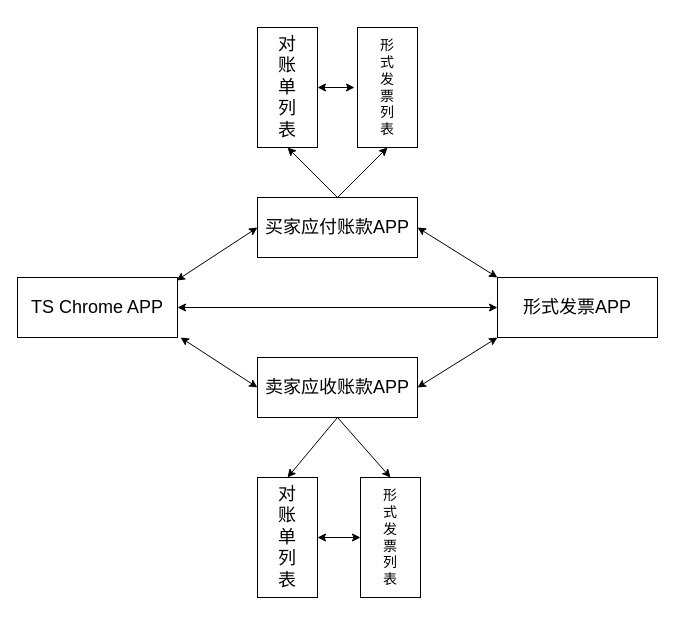
Earlier version of the draw.io diagram io.drawio (Robbie-Han/graduation-thesis). Source tidied: cells renumbered, new cells numbered last; positions are measured from the earlier drawing's top-left corner, leaving out a move shared by most shapes. Both pictures are drawn from the tidied source at 100%, with x=0, y=0 at pixel (17, 27).
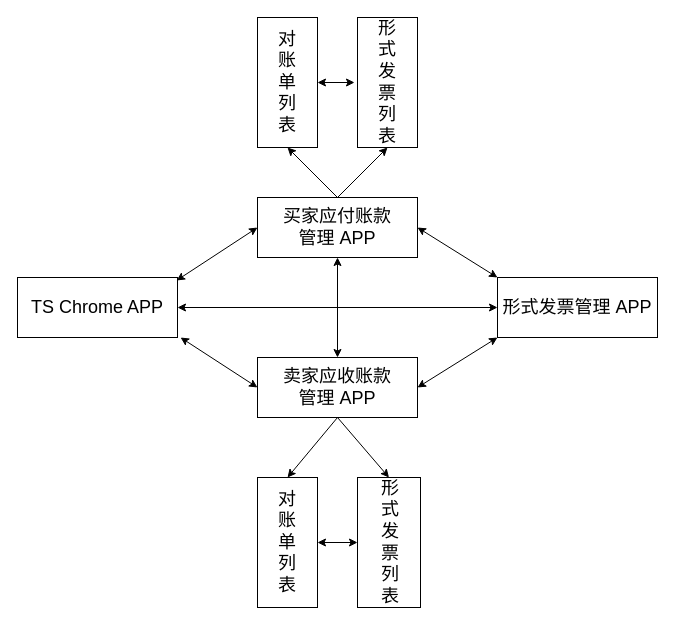
Above is the later version.

What changed in the source:
```diff
@@
-    <mxCell id="3" value="&lt;font style=&quot;font-size: 18px&quot;&gt;买家应付账款APP&lt;/font&gt;" style="rounded=0;whiteSpace=wrap;html=1;" parent="1" vertex="1">
+    <mxCell id="3" value="&lt;font style=&quot;font-size: 18px&quot;&gt;买家应付账款&lt;br&gt;管理 APP&lt;/font&gt;" style="rounded=0;whiteSpace=wrap;html=1;" parent="1" vertex="1">
       <mxGeometry x="240" y="170" width="160" height="60" as="geometry" />
     </mxCell>
-    <mxCell id="4" value="&lt;font style=&quot;font-size: 18px&quot;&gt;卖家应收账款APP&lt;/font&gt;" style="rounded=0;whiteSpace=wrap;html=1;" parent="1" vertex="1">
+    <mxCell id="4" value="&lt;font style=&quot;font-size: 18px&quot;&gt;卖家应收账款&lt;br&gt;管理 APP&lt;/font&gt;" style="rounded=0;whiteSpace=wrap;html=1;" parent="1" vertex="1">
       <mxGeometry x="240" y="330" width="160" height="60" as="geometry" />
     </mxCell>
-    <mxCell id="5" value="&lt;font style=&quot;font-size: 18px&quot;&gt;形式发票APP&lt;/font&gt;" style="rounded=0;whiteSpace=wrap;html=1;" parent="1" vertex="1">
+    <mxCell id="5" value="&lt;font style=&quot;font-size: 18px&quot;&gt;形式发票管理 APP&lt;/font&gt;" style="rounded=0;whiteSpace=wrap;html=1;" parent="1" vertex="1">
       <mxGeometry x="480" y="250" width="160" height="60" as="geometry" />
     </mxCell>
@@
     <mxCell id="11" style="text;html=1;strokeColor=#000000;fillColor=#ffffff;align=center;verticalAlign=middle;whiteSpace=wrap;rounded=0;fontFamily=Helvetica;fontSize=12;fontColor=#000000;direction=south;" parent="1" vertex="1">
-      <mxGeometry x="240" y="450" width="60" height="120" as="geometry" />
+      <mxGeometry x="240" y="450" width="60" height="130" as="geometry" />
     </mxCell>
     <mxCell id="12" value="&lt;font style=&quot;font-size: 18px&quot;&gt;对账单列表&lt;/font&gt;" style="text;html=1;strokeColor=none;fillColor=none;align=center;verticalAlign=middle;whiteSpace=wrap;rounded=0;" parent="1" vertex="1">
-      <mxGeometry x="260" y="480" width="20" height="60" as="geometry" />
+      <mxGeometry x="260" y="485" width="20" height="60" as="geometry" />
     </mxCell>
     <mxCell id="13" style="text;html=1;strokeColor=#000000;fillColor=#ffffff;align=center;verticalAlign=middle;whiteSpace=wrap;rounded=0;fontFamily=Helvetica;fontSize=12;fontColor=#000000;direction=south;" parent="1" vertex="1">
-      <mxGeometry x="343" y="450" width="60" height="120" as="geometry" />
+      <mxGeometry x="340" y="450" width="63" height="130" as="geometry" />
     </mxCell>
-    <mxCell id="14" value="&lt;font style=&quot;font-size: 14px&quot;&gt;形式发票列表&lt;/font&gt;" style="text;html=1;strokeColor=none;fillColor=none;align=center;verticalAlign=middle;whiteSpace=wrap;rounded=0;" parent="1" vertex="1">
-      <mxGeometry x="363" y="490" width="20" height="40" as="geometry" />
+    <mxCell id="14" value="&lt;font style=&quot;font-size: 18px&quot;&gt;形式发票列表&lt;/font&gt;" style="text;html=1;strokeColor=none;fillColor=none;align=center;verticalAlign=middle;whiteSpace=wrap;rounded=0;" parent="1" vertex="1">
+      <mxGeometry x="363" y="495" width="20" height="40" as="geometry" />
     </mxCell>
@@
-    <mxCell id="17" style="endArrow=classic;startArrow=classic;html=1;exitX=0.5;exitY=0;exitDx=0;exitDy=0;entryX=0.5;entryY=1;entryDx=0;entryDy=0;" parent="1" edge="1" source="11" target="13">
-      <mxGeometry relative="1" as="geometry" />
-    </mxCell>
     <mxCell id="18" style="text;html=1;strokeColor=#000000;fillColor=#ffffff;align=center;verticalAlign=middle;whiteSpace=wrap;rounded=0;fontFamily=Helvetica;fontSize=12;fontColor=#000000;direction=south;" parent="1" vertex="1">
-      <mxGeometry x="240" width="60" height="120" as="geometry" />
+      <mxGeometry x="240" y="-10" width="60" height="130" as="geometry" />
     </mxCell>
     <mxCell id="19" value="&lt;font style=&quot;font-size: 18px&quot;&gt;对账单列表&lt;/font&gt;" style="text;html=1;strokeColor=none;fillColor=none;align=center;verticalAlign=middle;whiteSpace=wrap;rounded=0;" parent="1" vertex="1">
-      <mxGeometry x="260" y="30" width="20" height="60" as="geometry" />
+      <mxGeometry x="260" y="25" width="20" height="60" as="geometry" />
     </mxCell>
     <mxCell id="20" style="text;html=1;strokeColor=#000000;fillColor=#ffffff;align=center;verticalAlign=middle;whiteSpace=wrap;rounded=0;fontFamily=Helvetica;fontSize=12;fontColor=#000000;direction=south;" parent="1" vertex="1">
-      <mxGeometry x="340" width="60" height="120" as="geometry" />
+      <mxGeometry x="340" y="-10" width="60" height="130" as="geometry" />
     </mxCell>
-    <mxCell id="21" value="&lt;font style=&quot;font-size: 14px&quot;&gt;形式发票列表&lt;/font&gt;" style="text;html=1;strokeColor=none;fillColor=none;align=center;verticalAlign=middle;whiteSpace=wrap;rounded=0;" parent="1" vertex="1">
-      <mxGeometry x="360" y="40" width="20" height="40" as="geometry" />
+    <mxCell id="21" value="&lt;font style=&quot;font-size: 18px&quot;&gt;形式发票列表&lt;/font&gt;" style="text;html=1;strokeColor=none;fillColor=none;align=center;verticalAlign=middle;whiteSpace=wrap;rounded=0;" parent="1" vertex="1">
+      <mxGeometry x="360" y="35" width="20" height="40" as="geometry" />
     </mxCell>
     <mxCell id="22" style="endArrow=classic;startArrow=classic;html=1;exitX=0.5;exitY=0;exitDx=0;exitDy=0;" parent="1" edge="1" source="18">
       <mxGeometry relative="1" as="geometry">
-        <mxPoint x="337" y="60" as="targetPoint" />
+        <mxPoint x="337" y="55" as="targetPoint" />
       </mxGeometry>
     </mxCell>
@@
+    <mxCell id="25" style="endArrow=classic;startArrow=classic;html=1;entryX=0.5;entryY=1;entryDx=0;entryDy=0;exitX=0.5;exitY=0;exitDx=0;exitDy=0;" parent="1" edge="1" source="4" target="3">
+      <mxGeometry relative="1" as="geometry" />
+    </mxCell>
+    <mxCell id="17" style="endArrow=classic;startArrow=classic;html=1;entryX=0.5;entryY=1;entryDx=0;entryDy=0;" parent="1" edge="1" source="11" target="13">
+      <mxGeometry relative="1" as="geometry" />
+    </mxCell>
```
